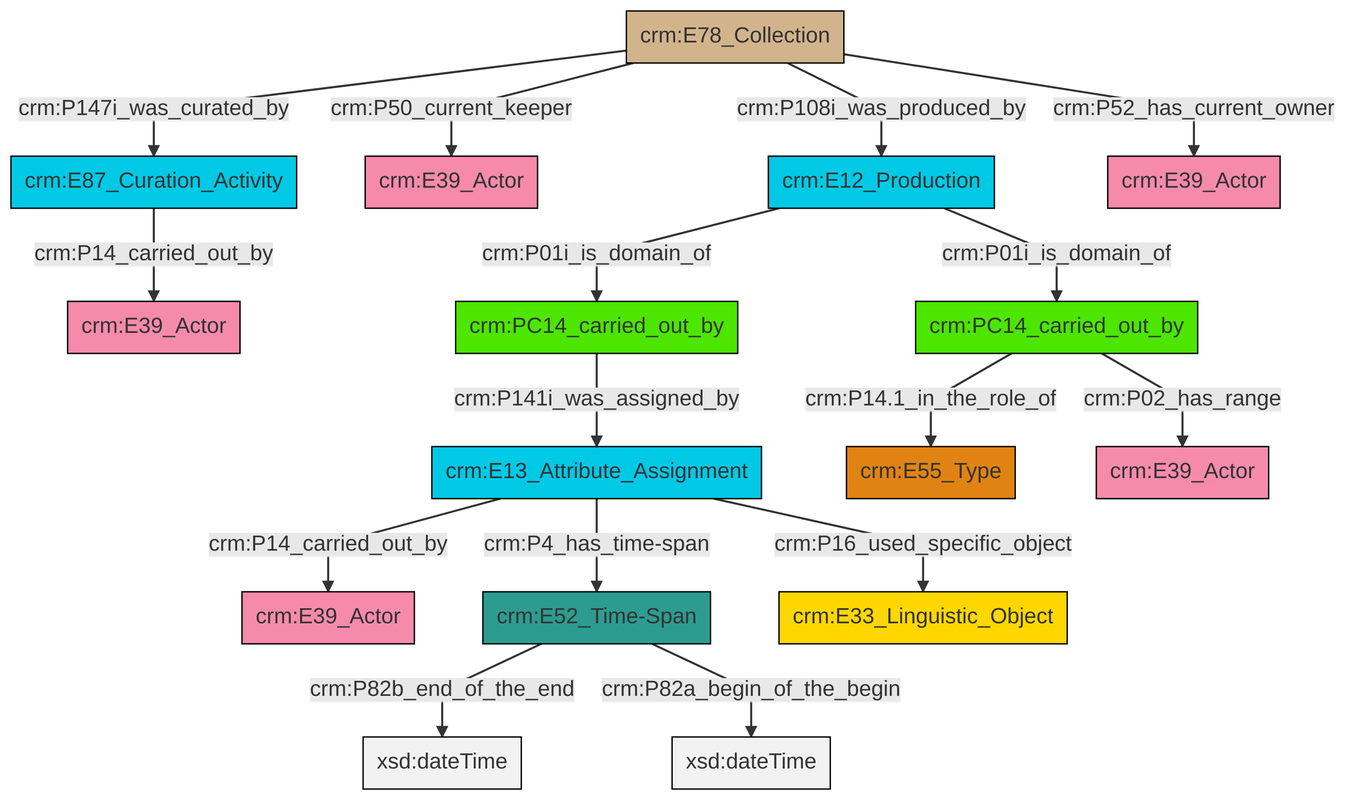
This is et/archivalCSV/ttl/mmd/png/archival_relation.png from swiss-art-research-net/docs.swissartresearch, a Mermaid export, as it was before one commit. Its source is kept beside it as et/archivalCSV/ttl/mmd/archival_relation.ttl.mmd.
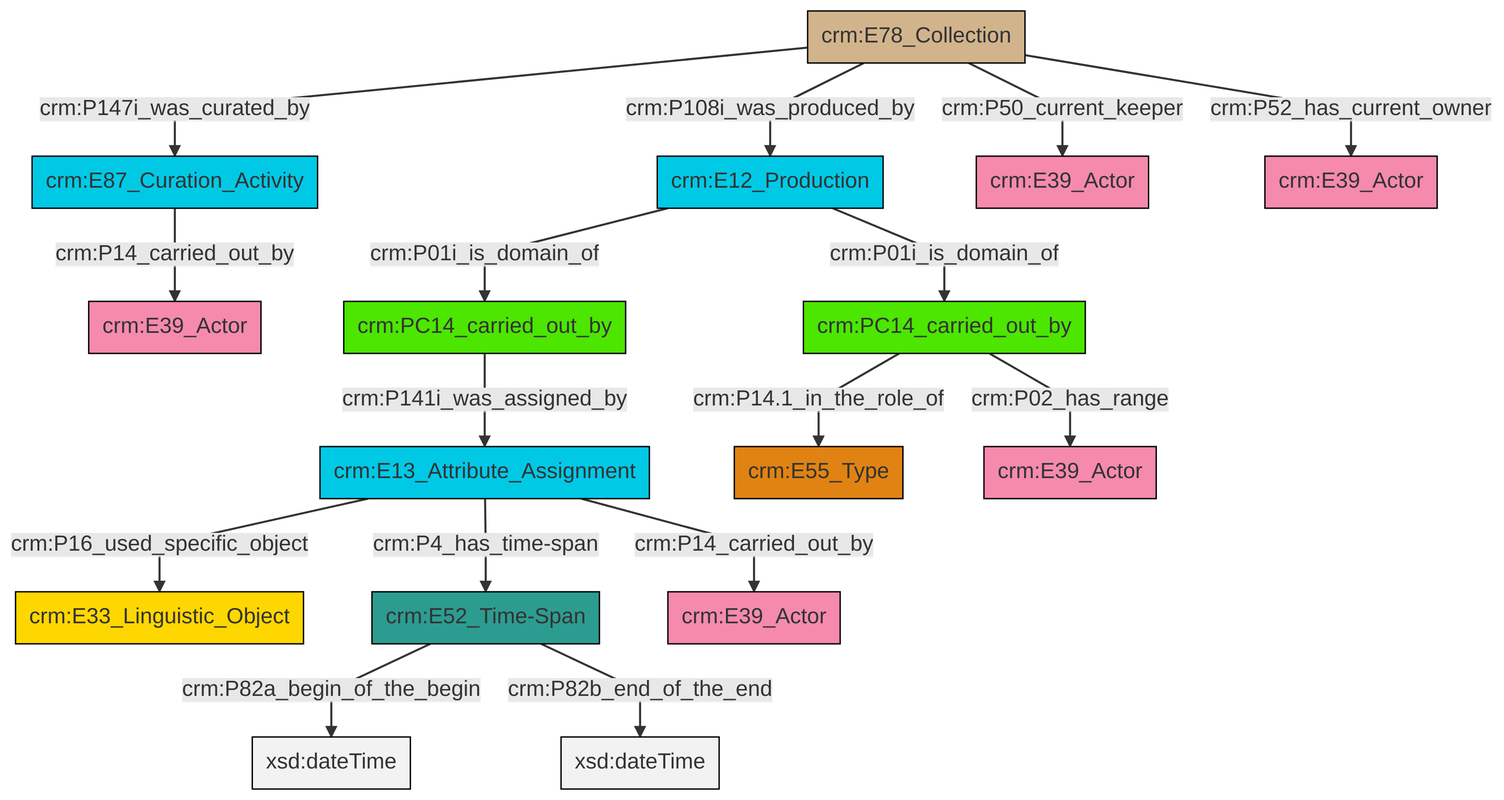
After the commit.

The edit, as a diff of the source:
```diff
@@ -13,18 +13,18 @@
 classDef PC_Classes fill:#4ce600, stroke:#000000;
 classDef Multi fill:#cccccc,stroke:#000000;
 
-4["crm:E78_Collection"]:::Physical_Thing -->|crm:P147i_was_curated_by| 5["crm:E87_Curation_Activity"]:::Temporal_Entity
-10["crm:E13_Attribute_Assignment"]:::Temporal_Entity -->|crm:P14_carried_out_by| 11["crm:E39_Actor"]:::Actor
-12["crm:E52_Time-Span"]:::Time-Span -->|crm:P82b_end_of_the_end| 13[xsd:dateTime]:::Literal
-14["crm:PC14_carried_out_by"]:::PC_Classes -->|crm:P14.1_in_the_role_of| 6["crm:E55_Type"]:::Type
-8["crm:PC14_carried_out_by"]:::PC_Classes -->|crm:P141i_was_assigned_by| 10["crm:E13_Attribute_Assignment"]:::Temporal_Entity
-10["crm:E13_Attribute_Assignment"]:::Temporal_Entity -->|crm:P4_has_time-span| 12["crm:E52_Time-Span"]:::Time-Span
-10["crm:E13_Attribute_Assignment"]:::Temporal_Entity -->|crm:P16_used_specific_object| 2["crm:E33_Linguistic_Object"]:::Conceptual_Object
-4["crm:E78_Collection"]:::Physical_Thing -->|crm:P50_current_keeper| 23["crm:E39_Actor"]:::Actor
-4["crm:E78_Collection"]:::Physical_Thing -->|crm:P108i_was_produced_by| 21["crm:E12_Production"]:::Temporal_Entity
-21["crm:E12_Production"]:::Temporal_Entity -->|crm:P01i_is_domain_of| 8["crm:PC14_carried_out_by"]:::PC_Classes
-5["crm:E87_Curation_Activity"]:::Temporal_Entity -->|crm:P14_carried_out_by| 0["crm:E39_Actor"]:::Actor
-21["crm:E12_Production"]:::Temporal_Entity -->|crm:P01i_is_domain_of| 14["crm:PC14_carried_out_by"]:::PC_Classes
-4["crm:E78_Collection"]:::Physical_Thing -->|crm:P52_has_current_owner| 24["crm:E39_Actor"]:::Actor
-12["crm:E52_Time-Span"]:::Time-Span -->|crm:P82a_begin_of_the_begin| 29[xsd:dateTime]:::Literal
-14["crm:PC14_carried_out_by"]:::PC_Classes -->|crm:P02_has_range| 17["crm:E39_Actor"]:::Actor
+2["crm:E13_Attribute_Assignment"]:::Temporal_Entity -->|crm:P16_used_specific_object| 3["crm:E33_Linguistic_Object"]:::Conceptual_Object
+5["crm:E87_Curation_Activity"]:::Temporal_Entity -->|crm:P14_carried_out_by| 6["crm:E39_Actor"]:::Actor
+7["crm:E12_Production"]:::Temporal_Entity -->|crm:P01i_is_domain_of| 8["crm:PC14_carried_out_by"]:::PC_Classes
+7["crm:E12_Production"]:::Temporal_Entity -->|crm:P01i_is_domain_of| 9["crm:PC14_carried_out_by"]:::PC_Classes
+11["crm:E52_Time-Span"]:::Time-Span -->|crm:P82a_begin_of_the_begin| 12[xsd:dateTime]:::Literal
+2["crm:E13_Attribute_Assignment"]:::Temporal_Entity -->|crm:P4_has_time-span| 11["crm:E52_Time-Span"]:::Time-Span
+9["crm:PC14_carried_out_by"]:::PC_Classes -->|crm:P141i_was_assigned_by| 2["crm:E13_Attribute_Assignment"]:::Temporal_Entity
+0["crm:E78_Collection"]:::Physical_Thing -->|crm:P108i_was_produced_by| 7["crm:E12_Production"]:::Temporal_Entity
+8["crm:PC14_carried_out_by"]:::PC_Classes -->|crm:P02_has_range| 20["crm:E39_Actor"]:::Actor
+0["crm:E78_Collection"]:::Physical_Thing -->|crm:P50_current_keeper| 15["crm:E39_Actor"]:::Actor
+8["crm:PC14_carried_out_by"]:::PC_Classes -->|crm:P14.1_in_the_role_of| 18["crm:E55_Type"]:::Type
+0["crm:E78_Collection"]:::Physical_Thing -->|crm:P147i_was_curated_by| 5["crm:E87_Curation_Activity"]:::Temporal_Entity
+11["crm:E52_Time-Span"]:::Time-Span -->|crm:P82b_end_of_the_end| 26[xsd:dateTime]:::Literal
+0["crm:E78_Collection"]:::Physical_Thing -->|crm:P52_has_current_owner| 27["crm:E39_Actor"]:::Actor
+2["crm:E13_Attribute_Assignment"]:::Temporal_Entity -->|crm:P14_carried_out_by| 24["crm:E39_Actor"]:::Actor
```
